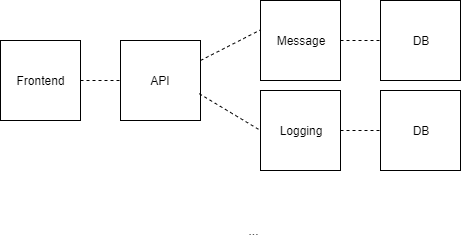
Earlier version of the draw.io export Diagram.png (kamilkleczek/czat). Source tidied: cells renumbered, new cells last; positions are measured from the earlier drawing's top-left corner, leaving out a move shared by most shapes.
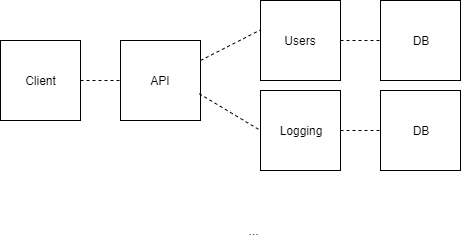
Later version of the same file.

What changed in the source:
```diff
@@ -11,10 +11,10 @@
     <mxCell id="4" value="..." style="text;html=1;strokeColor=none;fillColor=none;align=center;verticalAlign=middle;whiteSpace=wrap;rounded=0;strokeWidth=10;" parent="1" vertex="1">
       <mxGeometry x="233" y="220" width="40" height="20" as="geometry" />
     </mxCell>
-    <mxCell id="5" value="Message" style="whiteSpace=wrap;html=1;strokeColor=#000000;strokeWidth=1;fillColor=#ffffff;" parent="1" vertex="1">
+    <mxCell id="5" value="Users" style="whiteSpace=wrap;html=1;strokeColor=#000000;strokeWidth=1;fillColor=#ffffff;" parent="1" vertex="1">
       <mxGeometry x="260" width="80" height="80" as="geometry" />
     </mxCell>
-    <mxCell id="6" value="Frontend" style="whiteSpace=wrap;html=1;" parent="1" vertex="1">
+    <mxCell id="6" value="Client" style="whiteSpace=wrap;html=1;" parent="1" vertex="1">
       <mxGeometry y="40" width="80" height="80" as="geometry" />
     </mxCell>
     <mxCell id="7" value="DB" style="whiteSpace=wrap;html=1;" parent="1" vertex="1">
```
